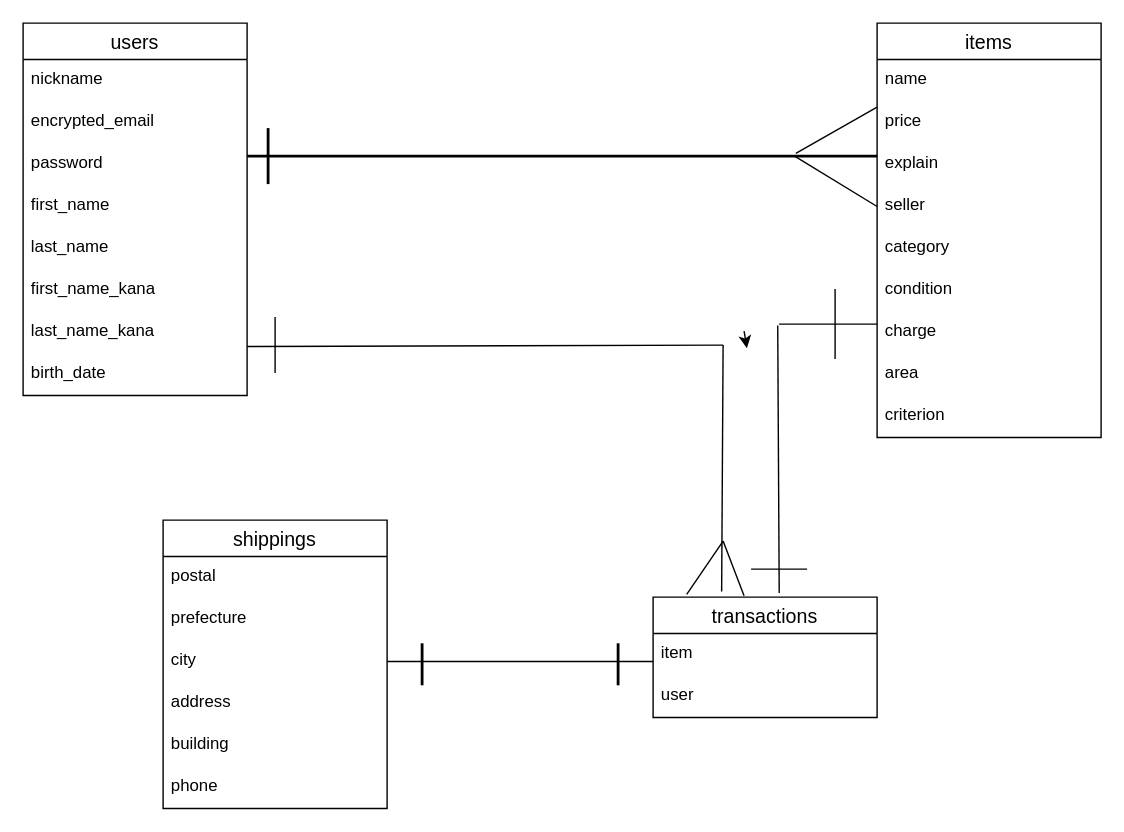
This is Er.dio from ShuntaroKishida/furima-39624, a draw.io file, before an edit. Source tidied: cells renumbered, new cells numbered last; positions are measured from the earlier drawing's top-left corner, leaving out a move shared by most shapes. Both pictures are drawn from the tidied source at 140%, with x=0, y=0 at pixel (22, 22).
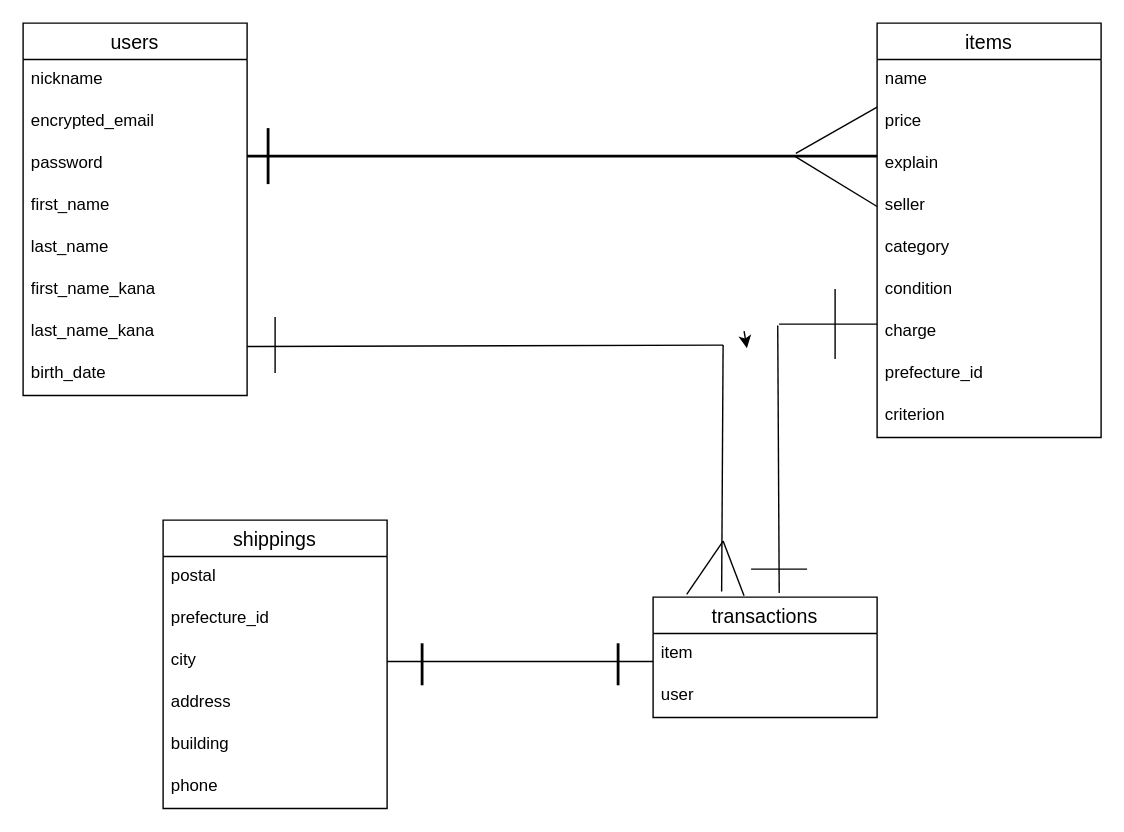
After the change.

Unchanged cells that the change refers to:
```xml
<mxCell id="11" value="items" style="swimlane;fontStyle=0;horizontal=1;startSize=26;align=center;fontSize=14;" parent="1" vertex="1">
  <mxGeometry x="610" width="160" height="296" as="geometry" />
</mxCell>
<mxCell id="24" value="shippings" style="swimlane;fontStyle=0;horizontal=1;startSize=26;align=center;fontSize=14;" parent="1" vertex="1">
  <mxGeometry x="100" y="355" width="160" height="206" as="geometry" />
</mxCell>
```

Diff of the diagram source:
```diff
@@
-    <mxCell id="19" value="area" style="text;strokeColor=none;fillColor=none;spacingLeft=4;spacingRight=4;overflow=hidden;fontSize=12;" parent="11" vertex="1">
+    <mxCell id="19" value="prefecture_id" style="text;strokeColor=none;fillColor=none;spacingLeft=4;spacingRight=4;overflow=hidden;fontSize=12;" parent="11" vertex="1">
       <mxGeometry y="236" width="160" height="30" as="geometry" />
     </mxCell>
@@
-    <mxCell id="26" value="prefecture" style="text;strokeColor=none;fillColor=none;spacingLeft=4;spacingRight=4;overflow=hidden;fontSize=12;" parent="24" vertex="1">
+    <mxCell id="26" value="prefecture_id" style="text;strokeColor=none;fillColor=none;spacingLeft=4;spacingRight=4;overflow=hidden;fontSize=12;" parent="24" vertex="1">
       <mxGeometry y="56" width="160" height="30" as="geometry" />
     </mxCell>
```
